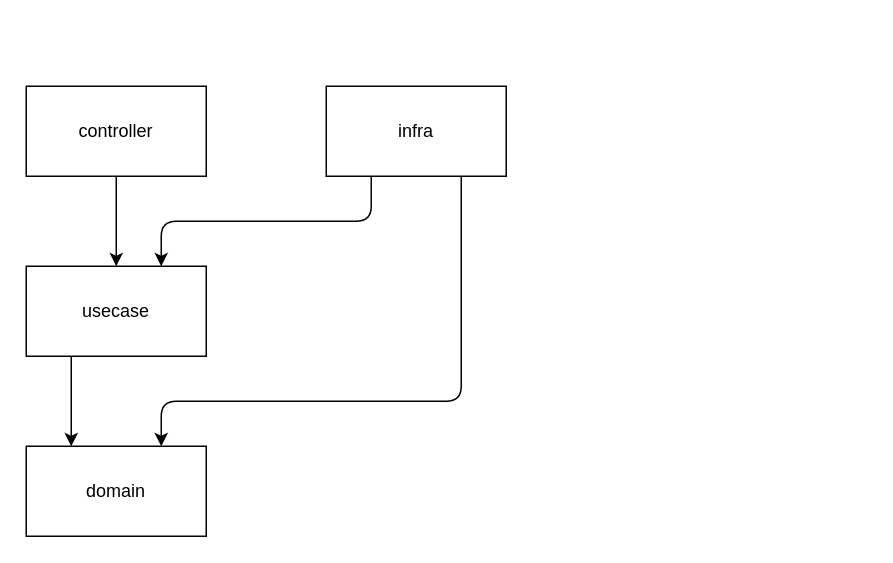
Earlier version of the draw.io diagram docs/archtecture.drawio (NabeKz/my_gleam_app). Source tidied: cells renumbered, new cells numbered last; positions are measured from the earlier drawing's top-left corner, leaving out a move shared by most shapes. Both pictures are drawn from the tidied source at 150%, with x=0, y=0 at pixel (26, 86).
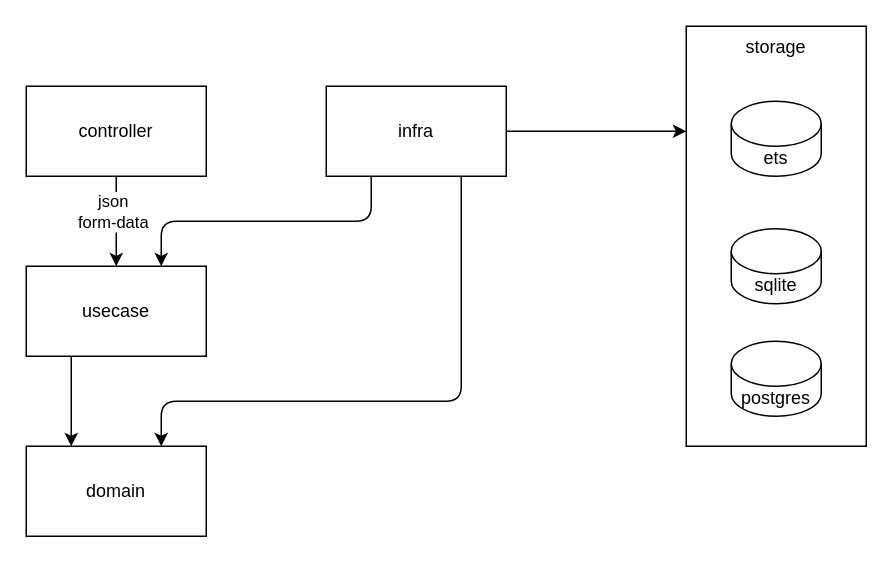
The same diagram, later.

Commit message (it also covers changes not shown here):
feat: update architecture diagram; add memo for hexagonal architecture; enhance ticket_created usecase with Body type

Change to the diagram source:
```diff
@@
 <mxGraphModel>
   <root>
     <mxCell id="0" />
     <mxCell id="1" parent="0" />
+    <mxCell id="10" value="storage" style="rounded=0;whiteSpace=wrap;html=1;verticalAlign=top;" parent="1" vertex="1">
+      <mxGeometry x="440" y="-40" width="120" height="280" as="geometry" />
+    </mxCell>
     <mxCell id="2" style="edgeStyle=none;html=1;" parent="1" edge="1" source="3" target="6">
       <mxGeometry relative="1" as="geometry" />
     </mxCell>
+    <mxCell id="11" value="json&lt;div&gt;form-data&lt;/div&gt;" style="edgeLabel;html=1;align=center;verticalAlign=middle;" parent="2" vertex="1">
+      <mxGeometry x="-0.25" y="-3" relative="1" as="geometry" />
+    </mxCell>
     <mxCell id="3" value="controller" style="rounded=0;whiteSpace=wrap;html=1;" parent="1" vertex="1">
       <mxGeometry width="120" height="60" as="geometry" />
     </mxCell>
     <mxCell id="4" value="domain" style="rounded=0;whiteSpace=wrap;html=1;" parent="1" vertex="1">
       <mxGeometry y="240" width="120" height="60" as="geometry" />
     </mxCell>
     <mxCell id="5" style="edgeStyle=none;html=1;exitX=0.25;exitY=1;exitDx=0;exitDy=0;entryX=0.25;entryY=0;entryDx=0;entryDy=0;" parent="1" edge="1" source="6" target="4">
       <mxGeometry relative="1" as="geometry" />
     </mxCell>
     <mxCell id="6" value="usecase" style="rounded=0;whiteSpace=wrap;html=1;" parent="1" vertex="1">
       <mxGeometry y="120" width="120" height="60" as="geometry" />
     </mxCell>
     <mxCell id="7" style="edgeStyle=none;html=1;entryX=0.75;entryY=0;entryDx=0;entryDy=0;exitX=0.75;exitY=1;exitDx=0;exitDy=0;" parent="1" edge="1" source="9" target="4">
       <mxGeometry relative="1" as="geometry">
         <Array as="points">
           <mxPoint x="290" y="210" />
           <mxPoint x="90" y="210" />
         </Array>
       </mxGeometry>
     </mxCell>
     <mxCell id="8" style="edgeStyle=none;html=1;entryX=0.75;entryY=0;entryDx=0;entryDy=0;exitX=0.25;exitY=1;exitDx=0;exitDy=0;" parent="1" edge="1" source="9" target="6">
       <mxGeometry relative="1" as="geometry">
         <Array as="points">
           <mxPoint x="230" y="90" />
           <mxPoint x="90" y="90" />
         </Array>
       </mxGeometry>
     </mxCell>
+    <mxCell id="12" style="edgeStyle=none;html=1;entryX=0;entryY=0.25;entryDx=0;entryDy=0;" parent="1" edge="1" source="9" target="10">
+      <mxGeometry relative="1" as="geometry" />
+    </mxCell>
     <mxCell id="9" value="infra" style="rounded=0;whiteSpace=wrap;html=1;" parent="1" vertex="1">
       <mxGeometry x="200" width="120" height="60" as="geometry" />
     </mxCell>
+    <mxCell id="13" value="sqlite" style="shape=cylinder3;whiteSpace=wrap;html=1;boundedLbl=1;backgroundOutline=1;size=15;" parent="1" vertex="1">
+      <mxGeometry x="470" y="95" width="60" height="50" as="geometry" />
+    </mxCell>
+    <mxCell id="14" value="ets" style="shape=cylinder3;whiteSpace=wrap;html=1;boundedLbl=1;backgroundOutline=1;size=15;" parent="1" vertex="1">
+      <mxGeometry x="470" y="10" width="60" height="50" as="geometry" />
+    </mxCell>
+    <mxCell id="15" value="postgres" style="shape=cylinder3;whiteSpace=wrap;html=1;boundedLbl=1;backgroundOutline=1;size=15;" parent="1" vertex="1">
+      <mxGeometry x="470" y="170" width="60" height="50" as="geometry" />
+    </mxCell>
   </root>
 </mxGraphModel>
```
